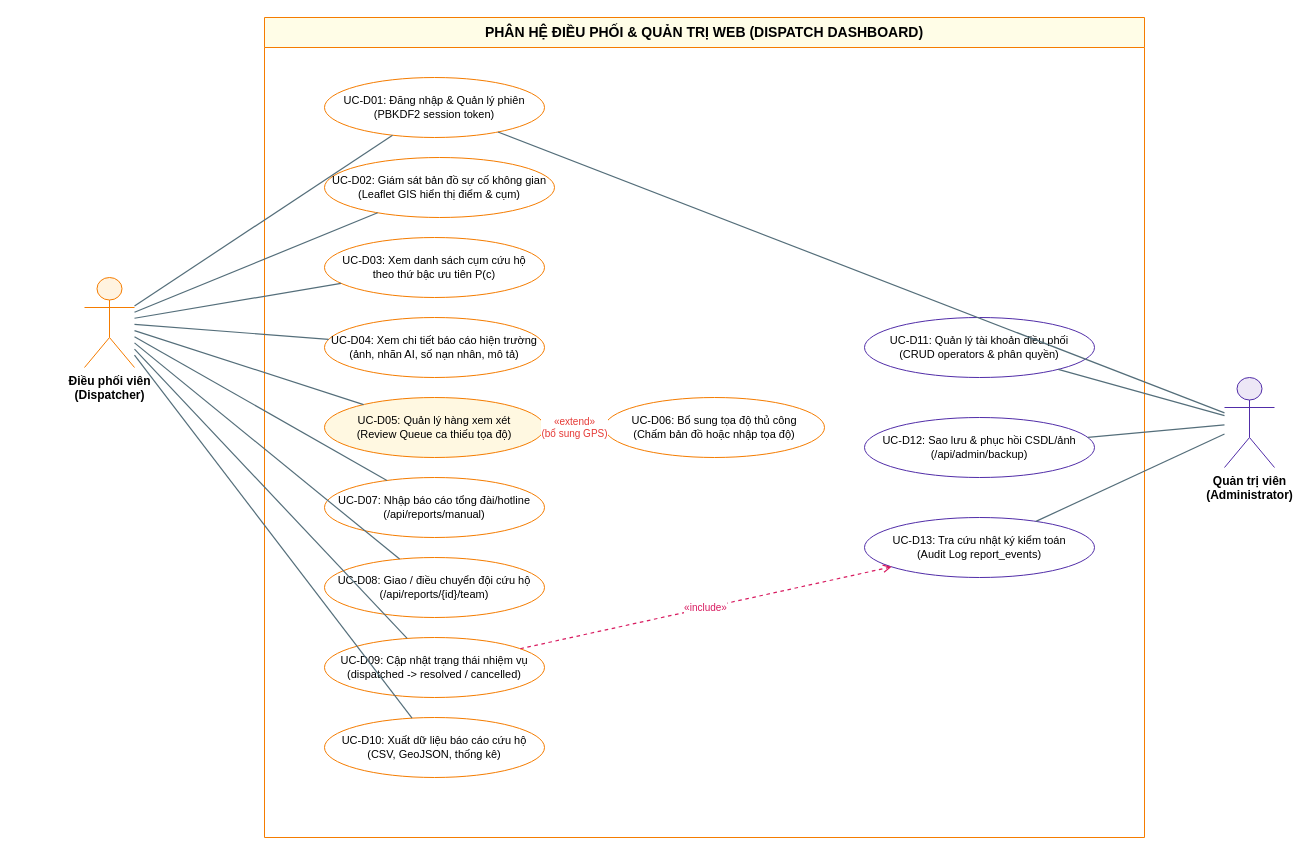
ngthtrong/nckh2 keeps this draw.io diagram as report/assets/diagrams/usecase_dashboard.drawio. Above is the earlier version. Source tidied: cells renumbered, new cells numbered last; positions are measured from the earlier drawing's top-left corner, leaving out a move shared by most shapes. Both pictures are drawn from the tidied source at 100%, with x=0, y=0 at pixel (84, 17).
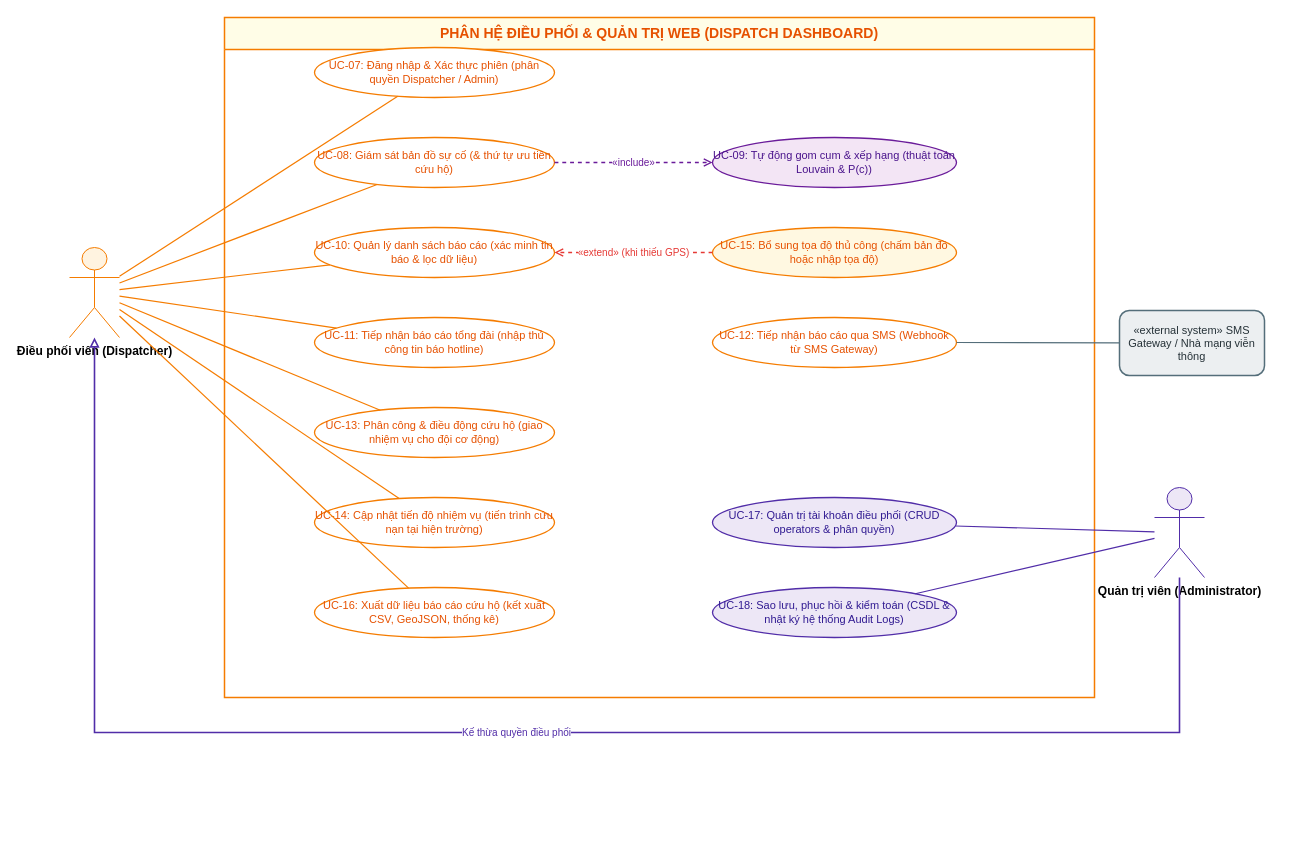
The same diagram, later.

The edit, as a diff of the source:
```diff
@@
-    <mxCell id="2" value="PHÂN HỆ ĐIỀU PHỐI &amp; QUẢN TRỊ WEB (DISPATCH DASHBOARD)" style="shape=swimlane;whiteSpace=wrap;html=1;startSize=30;horizontal=1;fillColor=#FFFDE7;strokeColor=#F57C00;fontStyle=1;fontSize=14;fontFamily=Helvetica;" parent="1" vertex="1">
-      <mxGeometry x="180" width="880" height="820" as="geometry" />
+    <mxCell id="2" value="PHÂN HỆ ĐIỀU PHỐI &amp; QUẢN TRỊ WEB (DISPATCH DASHBOARD)" style="shape=swimlane;whiteSpace=wrap;html=1;startSize=32;horizontal=1;fillColor=#FFFDE7;strokeColor=#F57C00;strokeWidth=1.5;fontStyle=1;fontSize=14;fontFamily=Helvetica;fontColor=#E65100;" parent="1" vertex="1">
+      <mxGeometry x="140" width="870" height="680" as="geometry" />
     </mxCell>
+    <mxCell id="33" value="UC-07: Đăng nhập &amp; Xác thực phiên&amp;#xa;(phân quyền Dispatcher / Admin)" style="ellipse;whiteSpace=wrap;html=1;fillColor=#FFFFFF;strokeColor=#F57C00;strokeWidth=1.3;fontFamily=Helvetica;fontSize=11;fontColor=#E65100;" parent="2" vertex="1">
+      <mxGeometry x="90" y="30" width="240" height="50" as="geometry" />
+    </mxCell>
+    <mxCell id="34" value="UC-08: Giám sát bản đồ sự cố&amp;#xa;(&amp; thứ tự ưu tiên cứu hộ)" style="ellipse;whiteSpace=wrap;html=1;fillColor=#FFFFFF;strokeColor=#F57C00;strokeWidth=1.3;fontFamily=Helvetica;fontSize=11;fontColor=#E65100;" parent="2" vertex="1">
+      <mxGeometry x="90" y="120" width="240" height="50" as="geometry" />
+    </mxCell>
+    <mxCell id="35" value="UC-10: Quản lý danh sách báo cáo&amp;#xa;(xác minh tin báo &amp; lọc dữ liệu)" style="ellipse;whiteSpace=wrap;html=1;fillColor=#FFFFFF;strokeColor=#F57C00;strokeWidth=1.3;fontFamily=Helvetica;fontSize=11;fontColor=#E65100;" parent="2" vertex="1">
+      <mxGeometry x="90" y="210" width="240" height="50" as="geometry" />
+    </mxCell>
+    <mxCell id="36" value="UC-11: Tiếp nhận báo cáo tổng đài&amp;#xa;(nhập thủ công tin báo hotline)" style="ellipse;whiteSpace=wrap;html=1;fillColor=#FFFFFF;strokeColor=#F57C00;strokeWidth=1.3;fontFamily=Helvetica;fontSize=11;fontColor=#E65100;" parent="2" vertex="1">
+      <mxGeometry x="90" y="300" width="240" height="50" as="geometry" />
+    </mxCell>
+    <mxCell id="37" value="UC-13: Phân công &amp; điều động cứu hộ&amp;#xa;(giao nhiệm vụ cho đội cơ động)" style="ellipse;whiteSpace=wrap;html=1;fillColor=#FFFFFF;strokeColor=#F57C00;strokeWidth=1.3;fontFamily=Helvetica;fontSize=11;fontColor=#E65100;" parent="2" vertex="1">
+      <mxGeometry x="90" y="390" width="240" height="50" as="geometry" />
+    </mxCell>
+    <mxCell id="38" value="UC-14: Cập nhật tiến độ nhiệm vụ&amp;#xa;(tiến trình cứu nạn tại hiện trường)" style="ellipse;whiteSpace=wrap;html=1;fillColor=#FFFFFF;strokeColor=#F57C00;strokeWidth=1.3;fontFamily=Helvetica;fontSize=11;fontColor=#E65100;" parent="2" vertex="1">
+      <mxGeometry x="90" y="480" width="240" height="50" as="geometry" />
+    </mxCell>
+    <mxCell id="39" value="UC-16: Xuất dữ liệu báo cáo cứu hộ&amp;#xa;(kết xuất CSV, GeoJSON, thống kê)" style="ellipse;whiteSpace=wrap;html=1;fillColor=#FFFFFF;strokeColor=#F57C00;strokeWidth=1.3;fontFamily=Helvetica;fontSize=11;fontColor=#E65100;" parent="2" vertex="1">
+      <mxGeometry x="90" y="570" width="240" height="50" as="geometry" />
+    </mxCell>
+    <mxCell id="40" value="UC-09: Tự động gom cụm &amp; xếp hạng&amp;#xa;(thuật toán Louvain &amp; P(c))" style="ellipse;whiteSpace=wrap;html=1;fillColor=#F3E5F5;strokeColor=#6A1B9A;strokeWidth=1.3;fontFamily=Helvetica;fontSize=11;fontColor=#4A148C;" parent="2" vertex="1">
+      <mxGeometry x="488" y="120" width="244" height="50" as="geometry" />
+    </mxCell>
+    <mxCell id="41" value="UC-15: Bổ sung tọa độ thủ công&amp;#xa;(chấm bản đồ hoặc nhập tọa độ)" style="ellipse;whiteSpace=wrap;html=1;fillColor=#FFF8E1;strokeColor=#F57C00;strokeWidth=1.3;fontFamily=Helvetica;fontSize=11;fontColor=#E65100;" parent="2" vertex="1">
+      <mxGeometry x="488" y="210" width="244" height="50" as="geometry" />
+    </mxCell>
+    <mxCell id="42" value="UC-12: Tiếp nhận báo cáo qua SMS&amp;#xa;(Webhook từ SMS Gateway)" style="ellipse;whiteSpace=wrap;html=1;fillColor=#FFFFFF;strokeColor=#F57C00;strokeWidth=1.3;fontFamily=Helvetica;fontSize=11;fontColor=#E65100;" parent="2" vertex="1">
+      <mxGeometry x="488" y="300" width="244" height="50" as="geometry" />
+    </mxCell>
+    <mxCell id="43" value="UC-17: Quản trị tài khoản điều phối&amp;#xa;(CRUD operators &amp; phân quyền)" style="ellipse;whiteSpace=wrap;html=1;fillColor=#EDE7F6;strokeColor=#512DA8;strokeWidth=1.3;fontFamily=Helvetica;fontSize=11;fontColor=#311B92;" parent="2" vertex="1">
+      <mxGeometry x="488" y="480" width="244" height="50" as="geometry" />
+    </mxCell>
+    <mxCell id="44" value="UC-18: Sao lưu, phục hồi &amp; kiểm toán&amp;#xa;(CSDL &amp; nhật ký hệ thống Audit Logs)" style="ellipse;whiteSpace=wrap;html=1;fillColor=#EDE7F6;strokeColor=#512DA8;strokeWidth=1.3;fontFamily=Helvetica;fontSize=11;fontColor=#311B92;" parent="2" vertex="1">
+      <mxGeometry x="488" y="570" width="244" height="50" as="geometry" />
+    </mxCell>
-    <mxCell id="3" value="Điều phối viên&#10;(Dispatcher)" style="shape=umlActor;verticalLabelPosition=bottom;verticalAlign=top;html=1;outlineConnect=0;fontFamily=Helvetica;fontSize=12;fontStyle=1;fillColor=#FFF3E0;strokeColor=#F57C00;" parent="1" vertex="1">
-      <mxGeometry y="260" width="50" height="90" as="geometry" />
+    <mxCell id="3" value="Điều phối viên&amp;#xa;(Dispatcher)" style="shape=umlActor;verticalLabelPosition=bottom;verticalAlign=top;html=1;outlineConnect=0;fontFamily=Helvetica;fontSize=12;fontStyle=1;fillColor=#FFF3E0;strokeColor=#F57C00;" parent="1" vertex="1">
+      <mxGeometry x="-15" y="230" width="50" height="90" as="geometry" />
     </mxCell>
-    <mxCell id="4" value="Quản trị viên&#10;(Administrator)" style="shape=umlActor;verticalLabelPosition=bottom;verticalAlign=top;html=1;outlineConnect=0;fontFamily=Helvetica;fontSize=12;fontStyle=1;fillColor=#EDE7F6;strokeColor=#512DA8;" parent="1" vertex="1">
-      <mxGeometry x="1140" y="360" width="50" height="90" as="geometry" />
+    <mxCell id="4" value="Quản trị viên&amp;#xa;(Administrator)" style="shape=umlActor;verticalLabelPosition=bottom;verticalAlign=top;html=1;outlineConnect=0;fontFamily=Helvetica;fontSize=12;fontStyle=1;fillColor=#EDE7F6;strokeColor=#512DA8;" parent="1" vertex="1">
+      <mxGeometry x="1070" y="470" width="50" height="90" as="geometry" />
     </mxCell>
-    <mxCell id="5" value="UC-D01: Đăng nhập &amp; Quản lý phiên&#10;(PBKDF2 session token)" style="ellipse;whiteSpace=wrap;html=1;fillColor=#FFFFFF;strokeColor=#F57C00;fontFamily=Helvetica;fontSize=11;" parent="2" vertex="1">
-      <mxGeometry x="60" y="60" width="220" height="60" as="geometry" />
-    </mxCell>
-    <mxCell id="6" value="UC-D02: Giám sát bản đồ sự cố không gian&#10;(Leaflet GIS hiển thị điểm &amp; cụm)" style="ellipse;whiteSpace=wrap;html=1;fillColor=#FFFFFF;strokeColor=#F57C00;fontFamily=Helvetica;fontSize=11;" parent="2" vertex="1">
-      <mxGeometry x="60" y="140" width="230" height="60" as="geometry" />
-    </mxCell>
-    <mxCell id="7" value="UC-D03: Xem danh sách cụm cứu hộ&#10;theo thứ bậc ưu tiên P(c)" style="ellipse;whiteSpace=wrap;html=1;fillColor=#FFFFFF;strokeColor=#F57C00;fontFamily=Helvetica;fontSize=11;" parent="2" vertex="1">
-      <mxGeometry x="60" y="220" width="220" height="60" as="geometry" />
-    </mxCell>
-    <mxCell id="8" value="UC-D04: Xem chi tiết báo cáo hiện trường&#10;(ảnh, nhãn AI, số nạn nhân, mô tả)" style="ellipse;whiteSpace=wrap;html=1;fillColor=#FFFFFF;strokeColor=#F57C00;fontFamily=Helvetica;fontSize=11;" parent="2" vertex="1">
-      <mxGeometry x="60" y="300" width="220" height="60" as="geometry" />
-    </mxCell>
-    <mxCell id="9" value="UC-D05: Quản lý hàng xem xét&#10;(Review Queue ca thiếu tọa độ)" style="ellipse;whiteSpace=wrap;html=1;fillColor=#FFFFFF;strokeColor=#F57C00;fontFamily=Helvetica;fontSize=11;fillColor=#FFF8E1;" parent="2" vertex="1">
-      <mxGeometry x="60" y="380" width="220" height="60" as="geometry" />
-    </mxCell>
-    <mxCell id="10" value="UC-D06: Bổ sung tọa độ thủ công&#10;(Chấm bản đồ hoặc nhập tọa độ)" style="ellipse;whiteSpace=wrap;html=1;fillColor=#FFFFFF;strokeColor=#F57C00;fontFamily=Helvetica;fontSize=11;" parent="2" vertex="1">
-      <mxGeometry x="340" y="380" width="220" height="60" as="geometry" />
-    </mxCell>
-    <mxCell id="11" value="UC-D07: Nhập báo cáo tổng đài/hotline&#10;(/api/reports/manual)" style="ellipse;whiteSpace=wrap;html=1;fillColor=#FFFFFF;strokeColor=#F57C00;fontFamily=Helvetica;fontSize=11;" parent="2" vertex="1">
-      <mxGeometry x="60" y="460" width="220" height="60" as="geometry" />
-    </mxCell>
-    <mxCell id="12" value="UC-D08: Giao / điều chuyển đội cứu hộ&#10;(/api/reports/{id}/team)" style="ellipse;whiteSpace=wrap;html=1;fillColor=#FFFFFF;strokeColor=#F57C00;fontFamily=Helvetica;fontSize=11;" parent="2" vertex="1">
-      <mxGeometry x="60" y="540" width="220" height="60" as="geometry" />
-    </mxCell>
-    <mxCell id="13" value="UC-D09: Cập nhật trạng thái nhiệm vụ&#10;(dispatched -&gt; resolved / cancelled)" style="ellipse;whiteSpace=wrap;html=1;fillColor=#FFFFFF;strokeColor=#F57C00;fontFamily=Helvetica;fontSize=11;" parent="2" vertex="1">
-      <mxGeometry x="60" y="620" width="220" height="60" as="geometry" />
-    </mxCell>
-    <mxCell id="14" value="UC-D10: Xuất dữ liệu báo cáo cứu hộ&#10;(CSV, GeoJSON, thống kê)" style="ellipse;whiteSpace=wrap;html=1;fillColor=#FFFFFF;strokeColor=#F57C00;fontFamily=Helvetica;fontSize=11;" parent="2" vertex="1">
-      <mxGeometry x="60" y="700" width="220" height="60" as="geometry" />
-    </mxCell>
-    <mxCell id="15" value="UC-D11: Quản lý tài khoản điều phối&#10;(CRUD operators &amp; phân quyền)" style="ellipse;whiteSpace=wrap;html=1;fillColor=#FFFFFF;strokeColor=#512DA8;fontFamily=Helvetica;fontSize=11;" parent="2" vertex="1">
-      <mxGeometry x="600" y="300" width="230" height="60" as="geometry" />
-    </mxCell>
-    <mxCell id="16" value="UC-D12: Sao lưu &amp; phục hồi CSDL/ảnh&#10;(/api/admin/backup)" style="ellipse;whiteSpace=wrap;html=1;fillColor=#FFFFFF;strokeColor=#512DA8;fontFamily=Helvetica;fontSize=11;" parent="2" vertex="1">
-      <mxGeometry x="600" y="400" width="230" height="60" as="geometry" />
-    </mxCell>
-    <mxCell id="17" value="UC-D13: Tra cứu nhật ký kiểm toán&#10;(Audit Log report_events)" style="ellipse;whiteSpace=wrap;html=1;fillColor=#FFFFFF;strokeColor=#512DA8;fontFamily=Helvetica;fontSize=11;" parent="2" vertex="1">
-      <mxGeometry x="600" y="500" width="230" height="60" as="geometry" />
-    </mxCell>
-    <mxCell id="18" style="endArrow=none;html=1;strokeColor=#546E7A;strokeWidth=1.2;" parent="1" edge="1" source="3" target="5">
-      <mxGeometry relative="1" as="geometry" />
-    </mxCell>
-    <mxCell id="19" style="endArrow=none;html=1;strokeColor=#546E7A;strokeWidth=1.2;" parent="1" edge="1" source="3" target="6">
-      <mxGeometry relative="1" as="geometry" />
-    </mxCell>
-    <mxCell id="20" style="endArrow=none;html=1;strokeColor=#546E7A;strokeWidth=1.2;" parent="1" edge="1" source="3" target="7">
-      <mxGeometry relative="1" as="geometry" />
-    </mxCell>
-    <mxCell id="21" style="endArrow=none;html=1;strokeColor=#546E7A;strokeWidth=1.2;" parent="1" edge="1" source="3" target="8">
-      <mxGeometry relative="1" as="geometry" />
-    </mxCell>
-    <mxCell id="22" style="endArrow=none;html=1;strokeColor=#546E7A;strokeWidth=1.2;" parent="1" edge="1" source="3" target="9">
-      <mxGeometry relative="1" as="geometry" />
-    </mxCell>
-    <mxCell id="23" style="endArrow=none;html=1;strokeColor=#546E7A;strokeWidth=1.2;" parent="1" edge="1" source="3" target="11">
-      <mxGeometry relative="1" as="geometry" />
-    </mxCell>
-    <mxCell id="24" style="endArrow=none;html=1;strokeColor=#546E7A;strokeWidth=1.2;" parent="1" edge="1" source="3" target="12">
-      <mxGeometry relative="1" as="geometry" />
-    </mxCell>
-    <mxCell id="25" style="endArrow=none;html=1;strokeColor=#546E7A;strokeWidth=1.2;" parent="1" edge="1" source="3" target="13">
-      <mxGeometry relative="1" as="geometry" />
-    </mxCell>
-    <mxCell id="26" style="endArrow=none;html=1;strokeColor=#546E7A;strokeWidth=1.2;" parent="1" edge="1" source="3" target="14">
-      <mxGeometry relative="1" as="geometry" />
-    </mxCell>
-    <mxCell id="27" style="endArrow=none;html=1;strokeColor=#546E7A;strokeWidth=1.2;" parent="1" edge="1" source="4" target="5">
-      <mxGeometry relative="1" as="geometry" />
-    </mxCell>
-    <mxCell id="28" style="endArrow=none;html=1;strokeColor=#546E7A;strokeWidth=1.2;" parent="1" edge="1" source="4" target="15">
-      <mxGeometry relative="1" as="geometry" />
-    </mxCell>
-    <mxCell id="29" style="endArrow=none;html=1;strokeColor=#546E7A;strokeWidth=1.2;" parent="1" edge="1" source="4" target="16">
-      <mxGeometry relative="1" as="geometry" />
-    </mxCell>
-    <mxCell id="30" style="endArrow=none;html=1;strokeColor=#546E7A;strokeWidth=1.2;" parent="1" edge="1" source="4" target="17">
-      <mxGeometry relative="1" as="geometry" />
-    </mxCell>
-    <mxCell id="31" value="«extend»&#10;(bổ sung GPS)" style="endArrow=open;dashed=1;html=1;strokeColor=#E53935;strokeWidth=1.2;fontSize=10;fontColor=#E53935;" parent="1" edge="1" source="10" target="9">
-      <mxGeometry relative="1" as="geometry" />
-    </mxCell>
+    <mxCell id="45" value="«external system»&amp;#xa;SMS Gateway /&amp;#xa;Nhà mạng viễn thông" style="rounded=1;whiteSpace=wrap;html=1;fillColor=#ECEFF1;strokeColor=#546E7A;strokeWidth=1.5;fontFamily=Helvetica;fontSize=11;fontColor=#263238;align=center;" parent="1" vertex="1">
+      <mxGeometry x="1035" y="293" width="145" height="65" as="geometry" />
+    </mxCell>
+    <mxCell id="46" style="endArrow=none;html=1;strokeColor=#F57C00;strokeWidth=1.2;" parent="1" edge="1" source="3" target="33">
+      <mxGeometry relative="1" as="geometry" />
+    </mxCell>
+    <mxCell id="47" style="endArrow=none;html=1;strokeColor=#F57C00;strokeWidth=1.2;" parent="1" edge="1" source="3" target="34">
+      <mxGeometry relative="1" as="geometry" />
+    </mxCell>
+    <mxCell id="48" style="endArrow=none;html=1;strokeColor=#F57C00;strokeWidth=1.2;" parent="1" edge="1" source="3" target="35">
+      <mxGeometry relative="1" as="geometry" />
+    </mxCell>
+    <mxCell id="49" style="endArrow=none;html=1;strokeColor=#F57C00;strokeWidth=1.2;" parent="1" edge="1" source="3" target="36">
+      <mxGeometry relative="1" as="geometry" />
+    </mxCell>
+    <mxCell id="50" style="endArrow=none;html=1;strokeColor=#F57C00;strokeWidth=1.2;" parent="1" edge="1" source="3" target="37">
+      <mxGeometry relative="1" as="geometry" />
+    </mxCell>
+    <mxCell id="51" style="endArrow=none;html=1;strokeColor=#F57C00;strokeWidth=1.2;" parent="1" edge="1" source="3" target="38">
+      <mxGeometry relative="1" as="geometry" />
+    </mxCell>
+    <mxCell id="52" style="endArrow=none;html=1;strokeColor=#F57C00;strokeWidth=1.2;" parent="1" edge="1" source="3" target="39">
+      <mxGeometry relative="1" as="geometry" />
+    </mxCell>
+    <mxCell id="53" style="endArrow=none;html=1;strokeColor=#512DA8;strokeWidth=1.2;" parent="1" edge="1" source="4" target="43">
+      <mxGeometry relative="1" as="geometry" />
+    </mxCell>
+    <mxCell id="54" style="endArrow=none;html=1;strokeColor=#512DA8;strokeWidth=1.2;" parent="1" edge="1" source="4" target="44">
+      <mxGeometry relative="1" as="geometry" />
+    </mxCell>
+    <mxCell id="55" style="endArrow=none;html=1;strokeColor=#546E7A;strokeWidth=1.2;" parent="1" edge="1" source="42" target="45">
+      <mxGeometry relative="1" as="geometry" />
+    </mxCell>
+    <mxCell id="56" value="Kế thừa quyền điều phối" style="endArrow=block;endFill=0;html=1;strokeColor=#512DA8;strokeWidth=1.6;edgeStyle=orthogonalEdgeStyle;rounded=0;fontSize=10;fontColor=#512DA8;" parent="1" edge="1" source="4" target="3">
+      <mxGeometry relative="1" as="geometry">
+        <Array as="points">
+          <mxPoint x="1095" y="715" />
+          <mxPoint x="10" y="715" />
+        </Array>
+      </mxGeometry>
+    </mxCell>
-    <mxCell id="32" value="«include»" style="endArrow=open;dashed=1;html=1;strokeColor=#D81B60;strokeWidth=1.2;fontSize=10;fontColor=#D81B60;" parent="1" edge="1" source="13" target="17">
+    <mxCell id="32" value="&amp;laquo;include&amp;raquo;" style="endArrow=open;dashed=1;html=1;strokeColor=#6A1B9A;strokeWidth=1.3;fontSize=10;fontColor=#6A1B9A;" parent="1" edge="1" source="34" target="40">
       <mxGeometry relative="1" as="geometry" />
     </mxCell>
+    <mxCell id="57" value="&amp;laquo;extend&amp;raquo;&amp;#xa;(khi thiếu GPS)" style="endArrow=open;dashed=1;html=1;strokeColor=#E53935;strokeWidth=1.3;fontSize=10;fontColor=#E53935;" parent="1" edge="1" source="41" target="35">
+      <mxGeometry relative="1" as="geometry" />
+    </mxCell>
```
